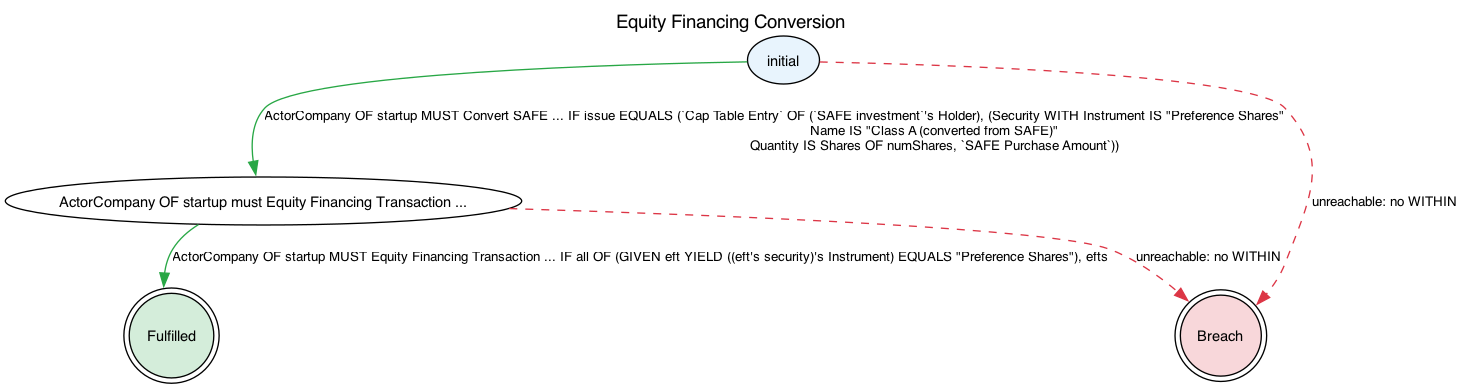
The Graphviz diagram jl4/examples/state-graphs/EquityFinancingConversion.png in legalese/l4-ide, before a commit. Its source is kept beside it as jl4/examples/state-graphs/EquityFinancingConversion.dot.
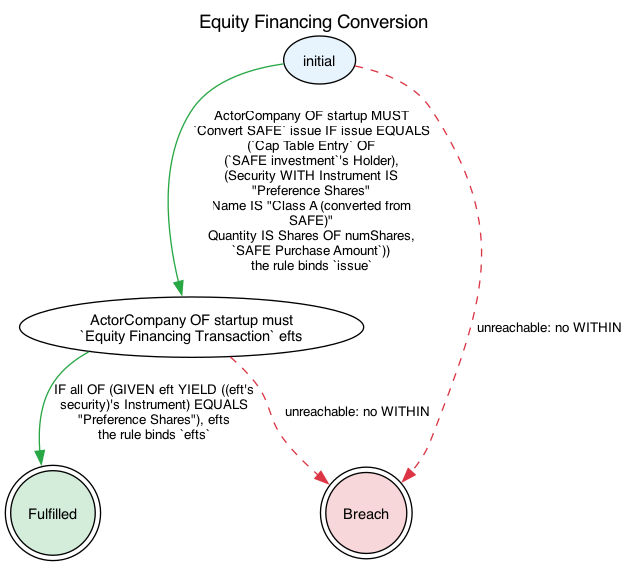
The same diagram one commit later.

What changed in the source:
```diff
@@ -13,7 +13,7 @@
       ,style=filled
       ,shape=ellipse
       ,fillcolor="#e8f4fd"];
-    1 [label="ActorCompany OF startup must Equity Financing Transaction ..."
+    1 [label="ActorCompany OF startup must\n`Equity Financing Transaction` efts"
       ,fillcolor=white
       ,style=filled
       ,shape=ellipse
@@ -28,13 +28,13 @@
       ,style=filled
       ,shape=doublecircle
       ,fillcolor="#f8d7da"];
-    0 -> 1 [label="ActorCompany OF startup MUST Convert SAFE ... IF issue EQUALS (`Cap Table Entry` OF (`SAFE investment`'s Holder), (Security WITH Instrument IS \"Preference Shares\"\n                                                                                Name IS \"Class A (converted from SAFE)\"\n                                                                                Quantity IS Shares OF numShares, `SAFE Purchase Amount`))"
+    0 -> 1 [label="ActorCompany OF startup MUST\n`Convert SAFE` issue IF issue EQUALS\n(`Cap Table Entry` OF\n(`SAFE investment`'s Holder),\n(Security WITH Instrument IS\n\"Preference Shares\"\nName IS \"Class A (converted from\nSAFE)\"\nQuantity IS Shares OF numShares,\n`SAFE Purchase Amount`))\nthe rule binds `issue`"
            ,color="#28a745"
            ,style=solid];
     0 -> 3 [label="unreachable: no WITHIN"
            ,color="#dc3545"
            ,style=dashed];
-    1 -> 2 [label="ActorCompany OF startup MUST Equity Financing Transaction ... IF all OF (GIVEN eft YIELD ((eft's security)'s Instrument) EQUALS \"Preference Shares\"), efts"
+    1 -> 2 [label="IF all OF (GIVEN eft YIELD ((eft's\nsecurity)'s Instrument) EQUALS\n\"Preference Shares\"), efts\nthe rule binds `efts`"
            ,color="#28a745"
            ,style=solid];
     1 -> 3 [label="unreachable: no WITHIN"
```
